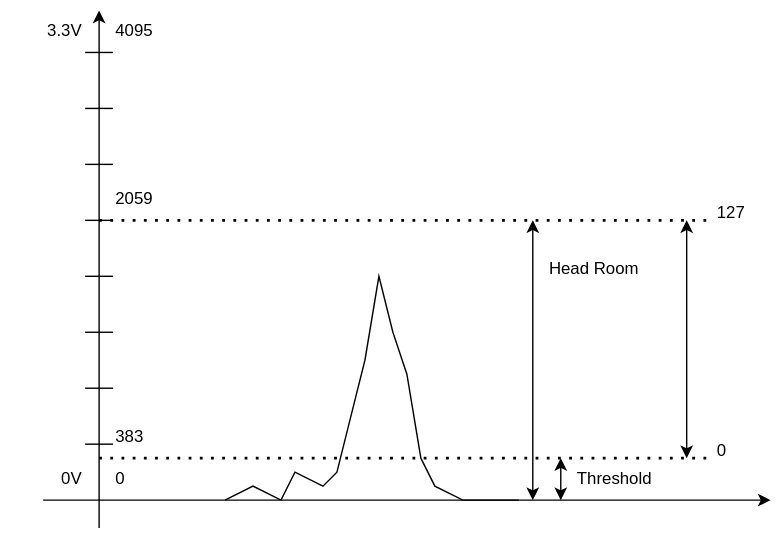
Earlier version of the draw.io export images/velocity.drawio.svg (kamshory/ESP32DrumPad). Source tidied: cells renumbered, new cells last; positions are measured from the earlier drawing's top-left corner, leaving out a move shared by most shapes. Source of this version:
```xml
<mxGraphModel>
  <root>
    <mxCell id="0" />
    <mxCell id="1" parent="0" />
    <mxCell id="2" style="endArrow=none;html=1;rounded=0;" parent="1" edge="1">
      <mxGeometry relative="1" as="geometry">
        <mxPoint x="160" y="350" as="sourcePoint" />
        <mxPoint x="370" y="350" as="targetPoint" />
        <Array as="points">
          <mxPoint x="180" y="340" />
          <mxPoint x="200" y="350" />
          <mxPoint x="210" y="330" />
          <mxPoint x="230" y="340" />
          <mxPoint x="240" y="330" />
          <mxPoint x="250" y="290" />
          <mxPoint x="260" y="250" />
          <mxPoint x="270" y="190" />
          <mxPoint x="280" y="230" />
          <mxPoint x="290" y="260" />
          <mxPoint x="300" y="320" />
          <mxPoint x="310" y="340" />
          <mxPoint x="330" y="350" />
        </Array>
      </mxGeometry>
    </mxCell>
    <mxCell id="3" value="2059" style="text;html=1;strokeColor=none;fillColor=none;align=left;verticalAlign=middle;whiteSpace=wrap;rounded=0;" parent="1" vertex="1">
      <mxGeometry x="80" y="120" width="60" height="30" as="geometry" />
    </mxCell>
    <mxCell id="4" value="&lt;div align=&quot;right&quot;&gt;3.3V&lt;/div&gt;" style="text;html=1;strokeColor=none;fillColor=none;align=right;verticalAlign=middle;whiteSpace=wrap;rounded=0;" parent="1" vertex="1">
      <mxGeometry width="60" height="30" as="geometry" />
    </mxCell>
    <mxCell id="5" value="&lt;div align=&quot;right&quot;&gt;0V&lt;/div&gt;" style="text;html=1;strokeColor=none;fillColor=none;align=right;verticalAlign=middle;whiteSpace=wrap;rounded=0;" parent="1" vertex="1">
      <mxGeometry y="320" width="60" height="30" as="geometry" />
    </mxCell>
    <mxCell id="6" value="&lt;div align=&quot;left&quot;&gt;0&lt;/div&gt;" style="text;html=1;strokeColor=none;fillColor=none;align=left;verticalAlign=middle;whiteSpace=wrap;rounded=0;" parent="1" vertex="1">
      <mxGeometry x="80" y="320" width="60" height="30" as="geometry" />
    </mxCell>
    <mxCell id="7" style="endArrow=none;dashed=1;html=1;dashPattern=1 3;strokeWidth=2;rounded=0;" parent="1" edge="1">
      <mxGeometry relative="1" as="geometry">
        <mxPoint x="70" y="150" as="sourcePoint" />
        <mxPoint x="510" y="150" as="targetPoint" />
      </mxGeometry>
    </mxCell>
    <mxCell id="8" style="endArrow=none;dashed=1;html=1;dashPattern=1 3;strokeWidth=2;rounded=0;" parent="1" edge="1">
      <mxGeometry relative="1" as="geometry">
        <mxPoint x="70" y="320" as="sourcePoint" />
        <mxPoint x="510" y="320" as="targetPoint" />
      </mxGeometry>
    </mxCell>
    <mxCell id="9" style="endArrow=classic;startArrow=classic;html=1;rounded=0;" parent="1" edge="1">
      <mxGeometry relative="1" as="geometry">
        <mxPoint x="400" y="350" as="sourcePoint" />
        <mxPoint x="400" y="320" as="targetPoint" />
      </mxGeometry>
    </mxCell>
    <mxCell id="10" style="endArrow=classic;startArrow=classic;html=1;rounded=0;" parent="1" edge="1">
      <mxGeometry relative="1" as="geometry">
        <mxPoint x="380" y="350" as="sourcePoint" />
        <mxPoint x="380" y="150" as="targetPoint" />
      </mxGeometry>
    </mxCell>
    <mxCell id="11" value="&lt;div align=&quot;left&quot;&gt;Head Room&lt;/div&gt;" style="text;html=1;strokeColor=none;fillColor=none;align=left;verticalAlign=middle;whiteSpace=wrap;rounded=0;" parent="1" vertex="1">
      <mxGeometry x="390" y="170" width="80" height="30" as="geometry" />
    </mxCell>
    <mxCell id="12" value="Threshold" style="text;html=1;strokeColor=none;fillColor=none;align=left;verticalAlign=middle;whiteSpace=wrap;rounded=0;" parent="1" vertex="1">
      <mxGeometry x="410" y="320" width="80" height="30" as="geometry" />
    </mxCell>
    <mxCell id="13" style="endArrow=classic;startArrow=classic;html=1;rounded=0;exitX=1;exitY=0;exitDx=0;exitDy=0;" parent="1" edge="1" source="12">
      <mxGeometry relative="1" as="geometry">
        <mxPoint x="490" y="150" as="targetPoint" />
      </mxGeometry>
    </mxCell>
    <mxCell id="14" value="0" style="text;html=1;strokeColor=none;fillColor=none;align=left;verticalAlign=middle;whiteSpace=wrap;rounded=0;" parent="1" vertex="1">
      <mxGeometry x="510" y="300" width="40" height="30" as="geometry" />
    </mxCell>
    <mxCell id="15" value="127" style="text;html=1;strokeColor=none;fillColor=none;align=left;verticalAlign=middle;whiteSpace=wrap;rounded=0;" parent="1" vertex="1">
      <mxGeometry x="510" y="130" width="40" height="30" as="geometry" />
    </mxCell>
    <mxCell id="16" style="endArrow=classic;html=1;rounded=0;" parent="1" edge="1">
      <mxGeometry relative="1" as="geometry">
        <mxPoint x="70" y="370" as="sourcePoint" />
        <mxPoint x="70" as="targetPoint" />
      </mxGeometry>
    </mxCell>
    <mxCell id="17" style="endArrow=classic;html=1;rounded=0;exitX=0.5;exitY=1;exitDx=0;exitDy=0;" parent="1" edge="1" source="5">
      <mxGeometry relative="1" as="geometry">
        <mxPoint x="550" y="350" as="targetPoint" />
      </mxGeometry>
    </mxCell>
    <mxCell id="18" style="endArrow=none;html=1;rounded=0;" parent="1" edge="1">
      <mxGeometry relative="1" as="geometry">
        <mxPoint x="60" y="30" as="sourcePoint" />
        <mxPoint x="80" y="30" as="targetPoint" />
      </mxGeometry>
    </mxCell>
    <mxCell id="19" style="endArrow=none;html=1;rounded=0;" parent="1" edge="1">
      <mxGeometry relative="1" as="geometry">
        <mxPoint x="60" y="70" as="sourcePoint" />
        <mxPoint x="80" y="70" as="targetPoint" />
      </mxGeometry>
    </mxCell>
    <mxCell id="20" style="endArrow=none;html=1;rounded=0;" parent="1" edge="1">
      <mxGeometry relative="1" as="geometry">
        <mxPoint x="60" y="110" as="sourcePoint" />
        <mxPoint x="80" y="110" as="targetPoint" />
      </mxGeometry>
    </mxCell>
    <mxCell id="21" style="endArrow=none;html=1;rounded=0;" parent="1" edge="1">
      <mxGeometry relative="1" as="geometry">
        <mxPoint x="60" y="150" as="sourcePoint" />
        <mxPoint x="80" y="150" as="targetPoint" />
      </mxGeometry>
    </mxCell>
    <mxCell id="22" style="endArrow=none;html=1;rounded=0;" parent="1" edge="1">
      <mxGeometry relative="1" as="geometry">
        <mxPoint x="60" y="190" as="sourcePoint" />
        <mxPoint x="80" y="190" as="targetPoint" />
      </mxGeometry>
    </mxCell>
    <mxCell id="23" style="endArrow=none;html=1;rounded=0;" parent="1" edge="1">
      <mxGeometry relative="1" as="geometry">
        <mxPoint x="60" y="230" as="sourcePoint" />
        <mxPoint x="80" y="230" as="targetPoint" />
      </mxGeometry>
    </mxCell>
    <mxCell id="24" style="endArrow=none;html=1;rounded=0;" parent="1" edge="1">
      <mxGeometry relative="1" as="geometry">
        <mxPoint x="60" y="270" as="sourcePoint" />
        <mxPoint x="80" y="270" as="targetPoint" />
      </mxGeometry>
    </mxCell>
    <mxCell id="25" style="endArrow=none;html=1;rounded=0;" parent="1" edge="1">
      <mxGeometry relative="1" as="geometry">
        <mxPoint x="60" y="310" as="sourcePoint" />
        <mxPoint x="80" y="310" as="targetPoint" />
      </mxGeometry>
    </mxCell>
    <mxCell id="26" value="&lt;div align=&quot;left&quot;&gt;4095&lt;/div&gt;" style="text;html=1;strokeColor=none;fillColor=none;align=left;verticalAlign=middle;whiteSpace=wrap;rounded=0;" parent="1" vertex="1">
      <mxGeometry x="80" width="60" height="30" as="geometry" />
    </mxCell>
    <mxCell id="27" value="383" style="text;html=1;strokeColor=none;fillColor=none;align=left;verticalAlign=middle;whiteSpace=wrap;rounded=0;" parent="1" vertex="1">
      <mxGeometry x="80" y="290" width="60" height="30" as="geometry" />
    </mxCell>
  </root>
</mxGraphModel>
```
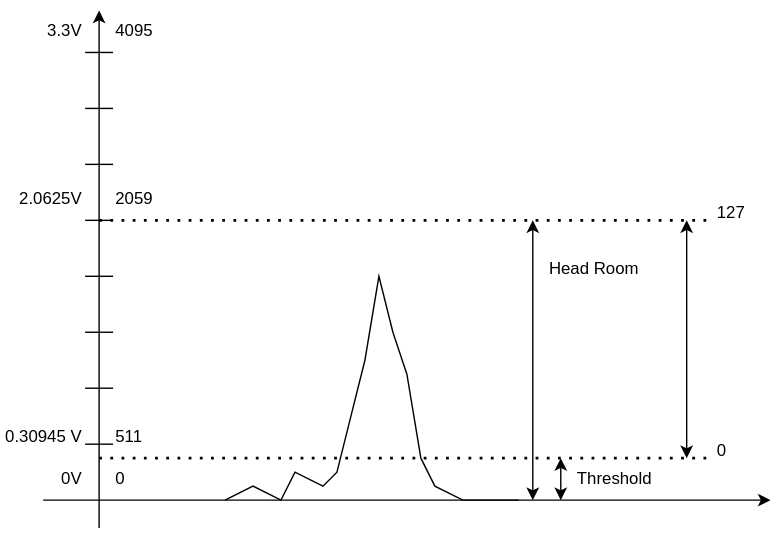
After the commit.

Diff of the diagram source:
```diff
@@ -138,8 +138,14 @@
     <mxCell id="26" value="&lt;div align=&quot;left&quot;&gt;4095&lt;/div&gt;" style="text;html=1;strokeColor=none;fillColor=none;align=left;verticalAlign=middle;whiteSpace=wrap;rounded=0;" parent="1" vertex="1">
       <mxGeometry x="80" width="60" height="30" as="geometry" />
     </mxCell>
-    <mxCell id="27" value="383" style="text;html=1;strokeColor=none;fillColor=none;align=left;verticalAlign=middle;whiteSpace=wrap;rounded=0;" parent="1" vertex="1">
+    <mxCell id="27" value="511" style="text;html=1;strokeColor=none;fillColor=none;align=left;verticalAlign=middle;whiteSpace=wrap;rounded=0;" parent="1" vertex="1">
       <mxGeometry x="80" y="290" width="60" height="30" as="geometry" />
     </mxCell>
+    <mxCell id="28" value="2.0625V" style="text;html=1;strokeColor=none;fillColor=none;align=right;verticalAlign=middle;whiteSpace=wrap;rounded=0;" parent="1" vertex="1">
+      <mxGeometry y="120" width="60" height="30" as="geometry" />
+    </mxCell>
+    <mxCell id="29" value="0.30945 V" style="text;html=1;strokeColor=none;fillColor=none;align=right;verticalAlign=middle;whiteSpace=wrap;rounded=0;" parent="1" vertex="1">
+      <mxGeometry y="290" width="60" height="30" as="geometry" />
+    </mxCell>
   </root>
 </mxGraphModel>
```
